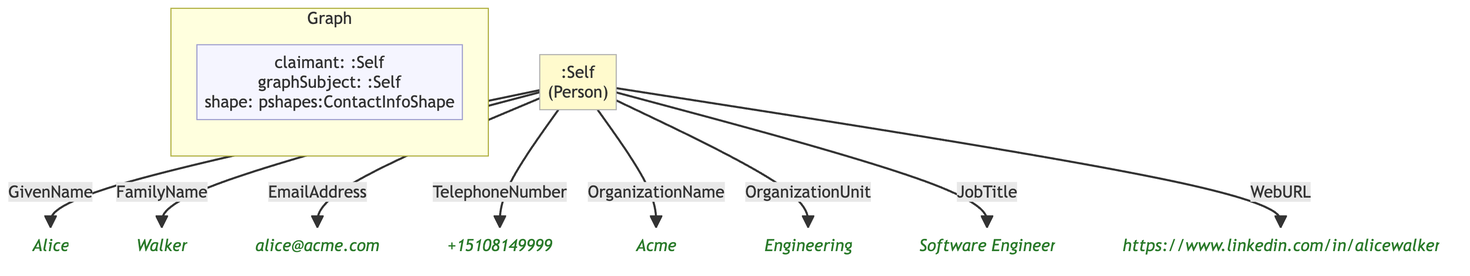
Before: example/graphs/images/graph-10.png, a diagram exported from Mermaid (MeeFoundation/mia-ontologies). Its source is kept beside it as example/graphs/images/graph-10.mmd.
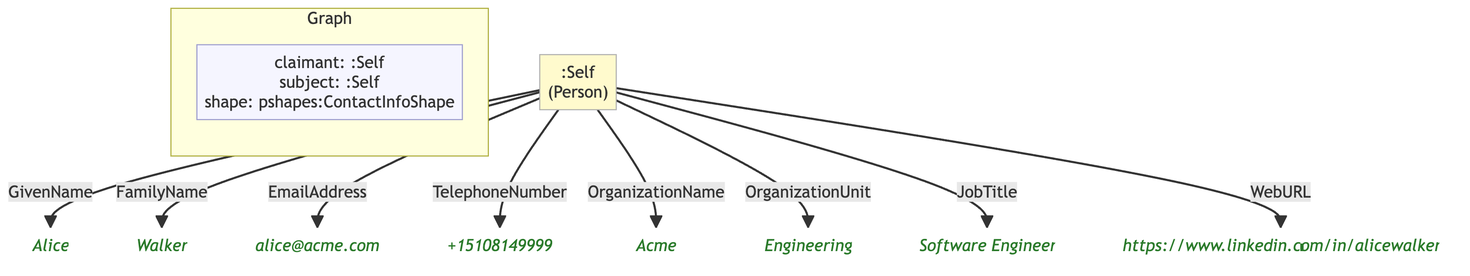
Later version of the same file.

The edit, as a diff of the source:
```diff
@@ -7,24 +7,24 @@
 
     subgraph ctx["Graph"]
         direction LR
-        ctx_meta["claimant: :Self\ngraphSubject: :Self\nshape: pshapes:ContactInfoShape"]:::meta
+        ctx_meta["claimant: :Self\nsubject: :Self\nshape: pshapes:ContactInfoShape"]:::meta
     end
 
     n655e442e50be[":Self\n(Person)"]:::person
-    ne142488156d4("Alice"):::lit
-    neebb2a861503("Walker"):::lit
-    n476299d8a09e("alice@acme.com"):::lit
-    nae22b6b4b069("+15108149999"):::lit
-    nbee39ab14999("Acme"):::lit
-    ne937337fdaaf("Engineering"):::lit
-    n91e4a99c6f22("Software Engineer"):::lit
-    n9365e9eb777b("https://www.linkedin.com/in/alicewalker"):::lit
+    nebdf70cd813b("Alice"):::lit
+    nfab9096d3d62("Walker"):::lit
+    n97db6f428ffa("alice@acme.com"):::lit
+    n8e5c5ea3e476("+15108149999"):::lit
+    n45ce6d063344("Acme"):::lit
+    n195b933ff078("Engineering"):::lit
+    nc22a04e1a618("Software Engineer"):::lit
+    n38082eec7617("https://www.linkedin.com/in/alicewalker"):::lit
 
-    n655e442e50be -->|"GivenName"| ne142488156d4
-    n655e442e50be -->|"FamilyName"| neebb2a861503
-    n655e442e50be -->|"EmailAddress"| n476299d8a09e
-    n655e442e50be -->|"TelephoneNumber"| nae22b6b4b069
-    n655e442e50be -->|"OrganizationName"| nbee39ab14999
-    n655e442e50be -->|"OrganizationUnit"| ne937337fdaaf
-    n655e442e50be -->|"JobTitle"| n91e4a99c6f22
-    n655e442e50be -->|"WebURL"| n9365e9eb777b
+    n655e442e50be -->|"GivenName"| nebdf70cd813b
+    n655e442e50be -->|"FamilyName"| nfab9096d3d62
+    n655e442e50be -->|"EmailAddress"| n97db6f428ffa
+    n655e442e50be -->|"TelephoneNumber"| n8e5c5ea3e476
+    n655e442e50be -->|"OrganizationName"| n45ce6d063344
+    n655e442e50be -->|"OrganizationUnit"| n195b933ff078
+    n655e442e50be -->|"JobTitle"| nc22a04e1a618
+    n655e442e50be -->|"WebURL"| n38082eec7617
```
